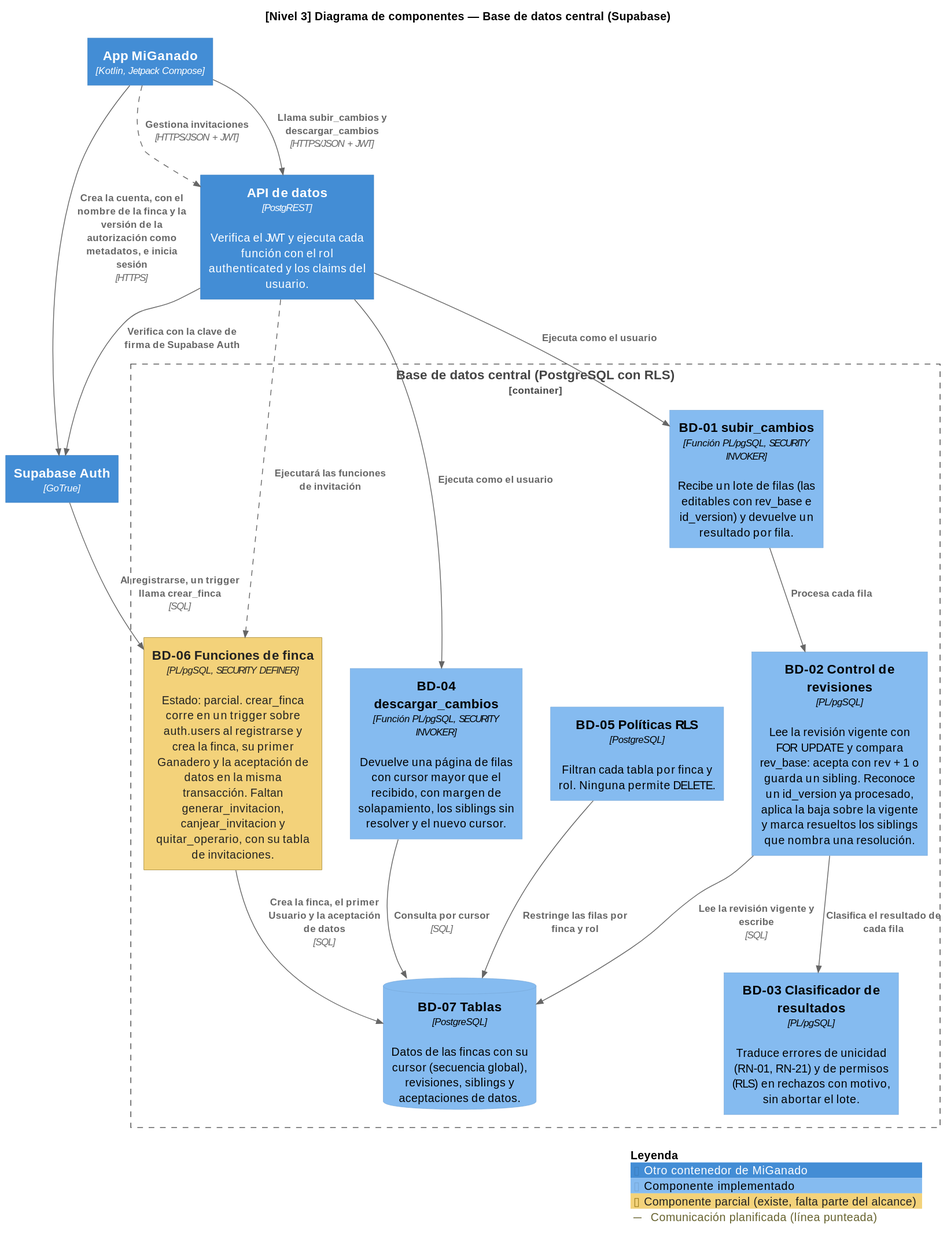
Above: docs/diagramas/c4/C3_componentes_bd.svg in DevCris80/Degree-Work (PlantUML), before the change.
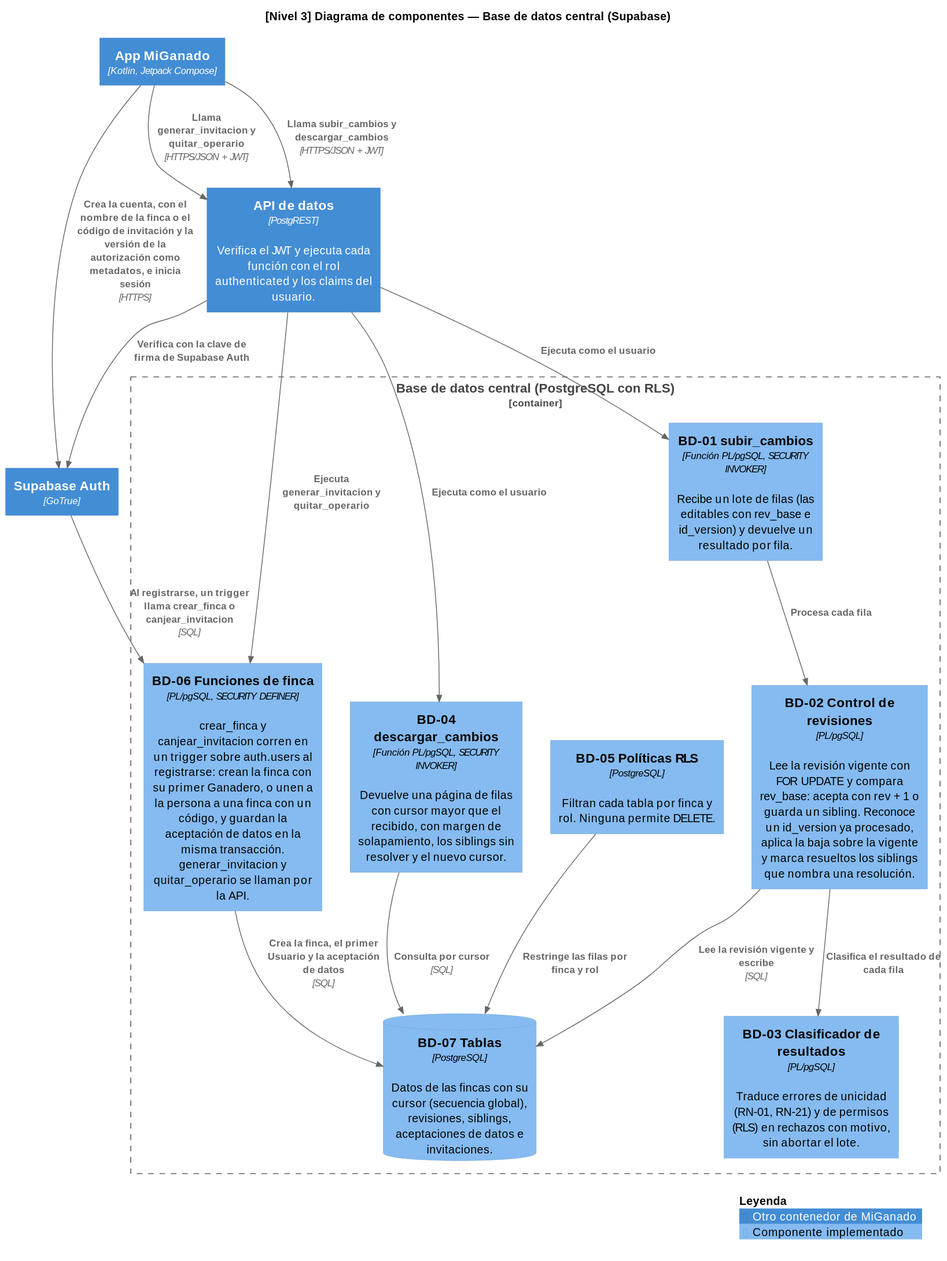
After the change.

Commit message:
Docs: los diagramas C4 con las invitaciones, asociar chapeta y quitar Operario implementados

Change to the diagram source:
```diff
@@ -21,18 +21,18 @@
   Component(resultados, "BD-03 Clasificador de resultados", "PL/pgSQL", "Traduce errores de unicidad (RN-01, RN-21) y de permisos (RLS) en rechazos con motivo, sin abortar el lote.")
   Component(descarga, "BD-04 descargar_cambios", "Función PL/pgSQL, SECURITY INVOKER", "Devuelve una página de filas con cursor mayor que el recibido, con margen de solapamiento, los siblings sin resolver y el nuevo cursor.")
   Component(rls, "BD-05 Políticas RLS", "PostgreSQL", "Filtran cada tabla por finca y rol. Ninguna permite DELETE.")
-  Component(finca, "BD-06 Funciones de finca", "PL/pgSQL, SECURITY DEFINER", "Estado: parcial. crear_finca corre en un trigger sobre auth.users al registrarse y crea la finca, su primer Ganadero y la aceptación de datos en la misma transacción. Faltan generar_invitacion, canjear_invitacion y quitar_operario, con su tabla de invitaciones.", $tags="parcial")
-  ComponentDb(tablas, "BD-07 Tablas", "PostgreSQL", "Datos de las fincas con su cursor (secuencia global), revisiones, siblings y aceptaciones de datos.")
+  Component(finca, "BD-06 Funciones de finca", "PL/pgSQL, SECURITY DEFINER", "crear_finca y canjear_invitacion corren en un trigger sobre auth.users al registrarse: crean la finca con su primer Ganadero, o unen a la persona a una finca con un código, y guardan la aceptación de datos en la misma transacción. generar_invitacion y quitar_operario se llaman por la API.")
+  ComponentDb(tablas, "BD-07 Tablas", "PostgreSQL", "Datos de las fincas con su cursor (secuencia global), revisiones, siblings, aceptaciones de datos e invitaciones.")
 }
 
-Rel(app, auth, "Crea la cuenta, con el nombre de la finca y la versión de la autorización como metadatos, e inicia sesión", "HTTPS")
+Rel(app, auth, "Crea la cuenta, con el nombre de la finca o el código de invitación y la versión de la autorización como metadatos, e inicia sesión", "HTTPS")
 Rel(app, rest, "Llama subir_cambios y descargar_cambios", "HTTPS/JSON + JWT")
-Rel(app, rest, "Gestiona invitaciones", "HTTPS/JSON + JWT", $tags="planificado")
-Rel(auth, finca, "Al registrarse, un trigger llama crear_finca", "SQL")
+Rel(app, rest, "Llama generar_invitacion y quitar_operario", "HTTPS/JSON + JWT")
+Rel(auth, finca, "Al registrarse, un trigger llama crear_finca o canjear_invitacion", "SQL")
 Rel(rest, auth, "Verifica con la clave de firma de Supabase Auth")
 Rel(rest, subida, "Ejecuta como el usuario")
 Rel(rest, descarga, "Ejecuta como el usuario")
-Rel(rest, finca, "Ejecutará las funciones de invitación", $tags="planificado")
+Rel(rest, finca, "Ejecuta generar_invitacion y quitar_operario")
 Rel(subida, revisiones, "Procesa cada fila")
 Rel(revisiones, resultados, "Clasifica el resultado de cada fila")
 Rel(revisiones, tablas, "Lee la revisión vigente y escribe", "SQL")
```
